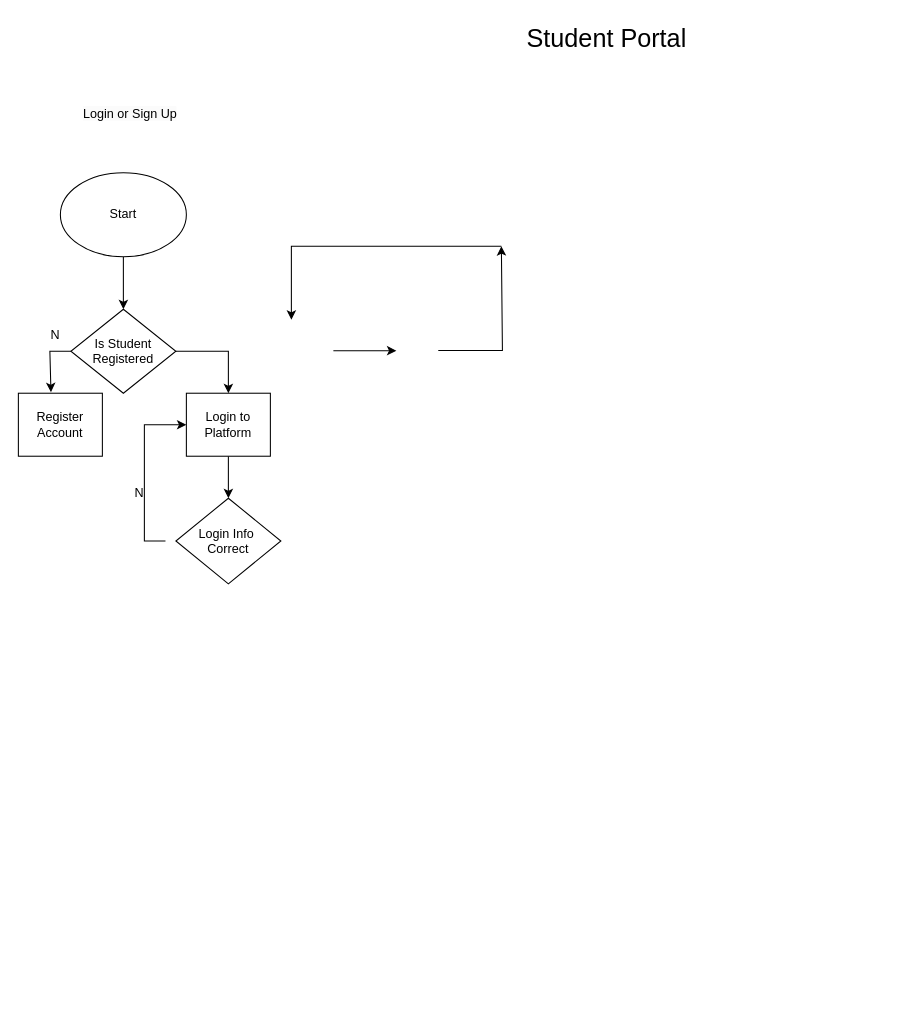
Earlier version of the draw.io diagram page "Page-1" (1 of 2) of StudentPortal.drawio (SifisoMzansi/architecture-diagrams). Source tidied: cells renumbered, new cells numbered last; positions are measured from the earlier drawing's top-left corner, leaving out a move shared by most shapes. Both pictures are drawn from the tidied source at 105%, with x=0, y=0 at pixel (18, 18).
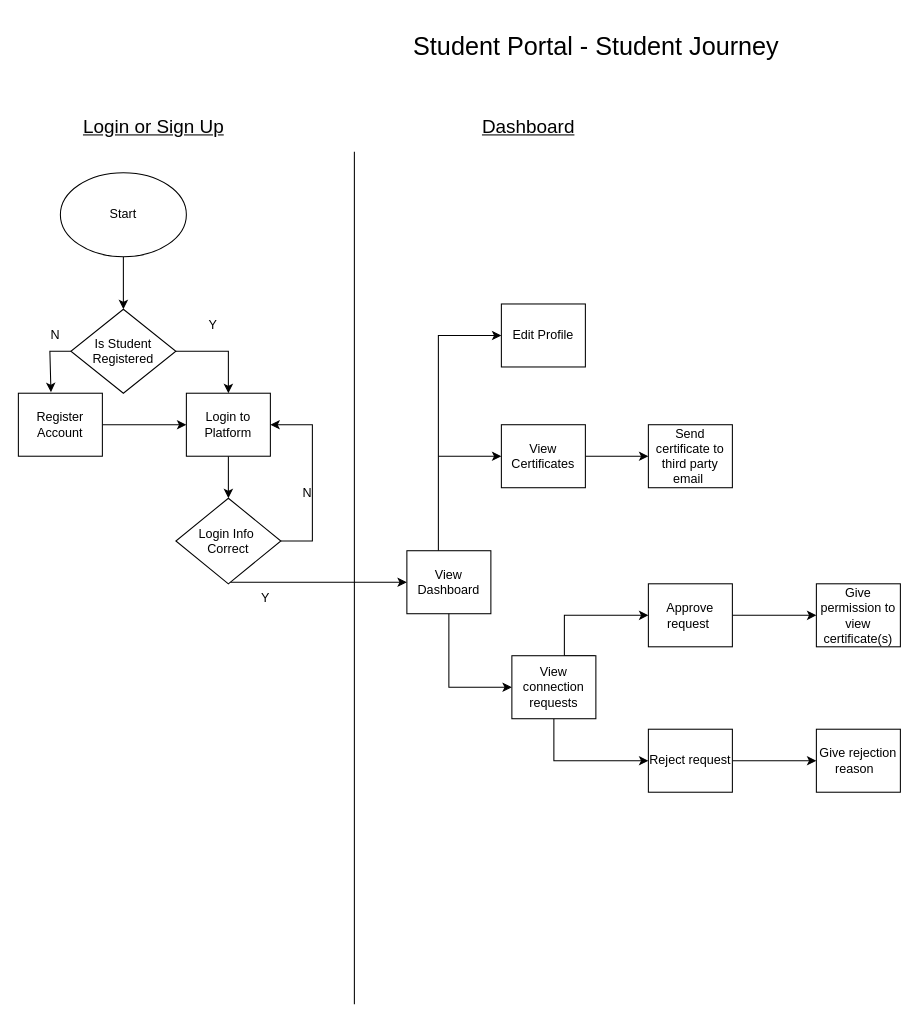
Above is the later version.

Unchanged cells that the change refers to:
```xml
<mxCell id="10" value="Login Info&amp;nbsp;&lt;div&gt;Correct&lt;/div&gt;" style="rhombus;whiteSpace=wrap;html=1;" parent="1" vertex="1">
  <mxGeometry x="150" y="457" width="100" height="81.5" as="geometry" />
</mxCell>
<mxCell id="12" value="Register Account" style="rounded=0;whiteSpace=wrap;html=1;" parent="1" vertex="1">
  <mxGeometry y="357" width="80" height="60" as="geometry" />
</mxCell>
<mxCell id="17" value="Login to Platform" style="rounded=0;whiteSpace=wrap;html=1;" parent="1" vertex="1">
  <mxGeometry x="160" y="357" width="80" height="60" as="geometry" />
</mxCell>
```

What changed in the source:
```diff
@@
-    <mxCell id="2" value="&lt;font style=&quot;font-size: 24px;&quot;&gt;Student Portal&lt;/font&gt;" style="text;html=1;align=center;verticalAlign=middle;strokeColor=none;fillColor=none;" parent="1" vertex="1">
-      <mxGeometry x="470" width="180" height="40" as="geometry" />
+    <mxCell id="2" value="&lt;font style=&quot;font-size: 24px;&quot;&gt;Student Portal - Student Journey&lt;/font&gt;" style="text;html=1;align=center;verticalAlign=middle;strokeColor=none;fillColor=none;" parent="1" vertex="1">
+      <mxGeometry x="365" y="7" width="370" height="40" as="geometry" />
     </mxCell>
@@
-    <mxCell id="8" style="edgeStyle=orthogonalEdgeStyle;rounded=0;orthogonalLoop=1;jettySize=auto;html=1;" parent="1" edge="1">
-      <mxGeometry relative="1" as="geometry">
-        <mxPoint x="399.9" y="316.3" as="sourcePoint" />
-        <mxPoint x="460" y="217" as="targetPoint" />
-        <Array as="points">
-          <mxPoint x="461" y="316" />
-        </Array>
-      </mxGeometry>
-    </mxCell>
-    <mxCell id="9" style="edgeStyle=orthogonalEdgeStyle;rounded=0;jettySize=auto;html=1;entryX=0;entryY=0.5;entryDx=0;entryDy=0;" parent="1" edge="1" target="17">
+    <mxCell id="9" style="edgeStyle=orthogonalEdgeStyle;rounded=0;jettySize=auto;html=1;entryX=1;entryY=0.5;entryDx=0;entryDy=0;exitX=1;exitY=0.5;exitDx=0;exitDy=0;" parent="1" edge="1" source="10" target="17">
       <mxGeometry relative="1" as="geometry">
-        <mxPoint x="140.1" y="497.8" as="sourcePoint" />
         <Array as="points">
-          <mxPoint x="120" y="498" />
-          <mxPoint x="120" y="387" />
+          <mxPoint x="280" y="498" />
+          <mxPoint x="280" y="387" />
         </Array>
       </mxGeometry>
     </mxCell>
+    <mxCell id="20" style="edgeStyle=orthogonalEdgeStyle;rounded=0;jettySize=auto;html=1;" parent="1" edge="1" source="10" target="27">
+      <mxGeometry relative="1" as="geometry">
+        <Array as="points">
+          <mxPoint x="350" y="537" />
+          <mxPoint x="350" y="537" />
+        </Array>
+      </mxGeometry>
+    </mxCell>
@@
+    <mxCell id="21" style="edgeStyle=orthogonalEdgeStyle;rounded=0;jettySize=auto;html=1;entryX=0;entryY=0.5;entryDx=0;entryDy=0;" parent="1" edge="1" source="12" target="17">
+      <mxGeometry relative="1" as="geometry" />
+    </mxCell>
@@
-    <mxCell id="13" style="edgeStyle=orthogonalEdgeStyle;rounded=0;orthogonalLoop=1;jettySize=auto;html=1;" parent="1" edge="1">
-      <mxGeometry relative="1" as="geometry">
-        <mxPoint x="300" y="316.5" as="sourcePoint" />
-        <mxPoint x="360" y="316.5" as="targetPoint" />
-      </mxGeometry>
-    </mxCell>
-    <mxCell id="14" style="edgeStyle=orthogonalEdgeStyle;rounded=0;orthogonalLoop=1;jettySize=auto;html=1;entryX=0.5;entryY=0;entryDx=0;entryDy=0;" parent="1" edge="1">
-      <mxGeometry relative="1" as="geometry">
-        <mxPoint x="460" y="217" as="sourcePoint" />
-        <mxPoint x="260" y="287" as="targetPoint" />
-        <Array as="points">
-          <mxPoint x="260" y="217" />
-        </Array>
-      </mxGeometry>
-    </mxCell>
-    <mxCell id="15" value="&lt;span style=&quot;color: rgb(0, 0, 0); font-family: Helvetica; font-size: 12px; font-style: normal; font-variant-ligatures: normal; font-variant-caps: normal; font-weight: 400; letter-spacing: normal; orphans: 2; text-align: center; text-indent: 0px; text-transform: none; widows: 2; word-spacing: 0px; -webkit-text-stroke-width: 0px; white-space: normal; background-color: rgb(251, 251, 251); text-decoration-thickness: initial; text-decoration-style: initial; text-decoration-color: initial; display: inline !important; float: none;&quot;&gt;Login or Sign Up&lt;/span&gt;" style="text;whiteSpace=wrap;html=1;" parent="1" vertex="1">
-      <mxGeometry x="60" y="77" width="330" height="40" as="geometry" />
+    <mxCell id="15" value="&lt;span style=&quot;color: rgb(0, 0, 0); font-family: Helvetica; font-style: normal; font-variant-ligatures: normal; font-variant-caps: normal; font-weight: 400; letter-spacing: normal; orphans: 2; text-align: center; text-indent: 0px; text-transform: none; widows: 2; word-spacing: 0px; -webkit-text-stroke-width: 0px; white-space: normal; background-color: rgb(251, 251, 251); text-decoration-thickness: initial; text-decoration-style: initial; text-decoration-color: initial; float: none; display: inline !important;&quot;&gt;&lt;font style=&quot;font-size: 18px;&quot;&gt;&lt;u&gt;Login or Sign Up&lt;/u&gt;&lt;/font&gt;&lt;/span&gt;" style="text;whiteSpace=wrap;html=1;" parent="1" vertex="1">
+      <mxGeometry x="60" y="87" width="330" height="40" as="geometry" />
     </mxCell>
@@
     <mxCell id="19" value="N" style="text;html=1;align=center;verticalAlign=middle;strokeColor=none;fillColor=none;" parent="1" vertex="1">
-      <mxGeometry x="100" y="437" width="30" height="30" as="geometry" />
+      <mxGeometry x="260" y="437" width="30" height="30" as="geometry" />
     </mxCell>
+    <mxCell id="22" value="Y" style="text;html=1;align=center;verticalAlign=middle;strokeColor=none;fillColor=none;" parent="1" vertex="1">
+      <mxGeometry x="170" y="277" width="30" height="30" as="geometry" />
+    </mxCell>
+    <mxCell id="23" style="endArrow=none;html=1;rounded=0;" parent="1" edge="1">
+      <mxGeometry relative="1" as="geometry">
+        <mxPoint x="320" y="939" as="sourcePoint" />
+        <mxPoint x="320" y="127" as="targetPoint" />
+      </mxGeometry>
+    </mxCell>
+    <mxCell id="24" value="&lt;div style=&quot;text-align: center;&quot;&gt;&lt;span style=&quot;background-color: initial;&quot;&gt;&lt;font style=&quot;font-size: 18px;&quot;&gt;&lt;u&gt;Dashboard&lt;/u&gt;&lt;/font&gt;&lt;/span&gt;&lt;/div&gt;" style="text;whiteSpace=wrap;html=1;" parent="1" vertex="1">
+      <mxGeometry x="440" y="87" width="330" height="40" as="geometry" />
+    </mxCell>
+    <mxCell id="25" style="edgeStyle=orthogonalEdgeStyle;rounded=0;jettySize=auto;html=1;entryX=0;entryY=0.5;entryDx=0;entryDy=0;" parent="1" edge="1" target="32">
+      <mxGeometry relative="1" as="geometry">
+        <mxPoint x="390" y="557" as="sourcePoint" />
+        <Array as="points">
+          <mxPoint x="390" y="558" />
+          <mxPoint x="410" y="558" />
+          <mxPoint x="410" y="637" />
+        </Array>
+      </mxGeometry>
+    </mxCell>
+    <mxCell id="26" style="edgeStyle=orthogonalEdgeStyle;rounded=0;jettySize=auto;html=1;entryX=0;entryY=0.5;entryDx=0;entryDy=0;" parent="1" edge="1" source="27" target="40">
+      <mxGeometry relative="1" as="geometry">
+        <Array as="points">
+          <mxPoint x="400" y="302" />
+        </Array>
+      </mxGeometry>
+    </mxCell>
+    <mxCell id="27" value="View Dashboard" style="rounded=0;whiteSpace=wrap;html=1;" parent="1" vertex="1">
+      <mxGeometry x="370" y="507" width="80" height="60" as="geometry" />
+    </mxCell>
+    <mxCell id="28" style="edgeStyle=orthogonalEdgeStyle;rounded=0;jettySize=auto;html=1;exitX=1;exitY=0.5;exitDx=0;exitDy=0;entryX=0;entryY=0.5;entryDx=0;entryDy=0;" parent="1" edge="1" source="29" target="39">
+      <mxGeometry relative="1" as="geometry" />
+    </mxCell>
+    <mxCell id="29" value="View Certificates" style="rounded=0;whiteSpace=wrap;html=1;" parent="1" vertex="1">
+      <mxGeometry x="460" y="387" width="80" height="60" as="geometry" />
+    </mxCell>
+    <mxCell id="30" style="edgeStyle=orthogonalEdgeStyle;rounded=0;jettySize=auto;html=1;entryX=0;entryY=0.5;entryDx=0;entryDy=0;" parent="1" edge="1" target="34">
+      <mxGeometry relative="1" as="geometry">
+        <mxPoint x="549" y="607" as="sourcePoint" />
+        <Array as="points">
+          <mxPoint x="520" y="607" />
+          <mxPoint x="520" y="569" />
+        </Array>
+      </mxGeometry>
+    </mxCell>
+    <mxCell id="31" style="edgeStyle=orthogonalEdgeStyle;rounded=0;jettySize=auto;html=1;entryX=0;entryY=0.5;entryDx=0;entryDy=0;" parent="1" edge="1" source="32" target="36">
+      <mxGeometry relative="1" as="geometry">
+        <Array as="points">
+          <mxPoint x="510" y="707" />
+        </Array>
+      </mxGeometry>
+    </mxCell>
+    <mxCell id="32" value="View connection requests" style="rounded=0;whiteSpace=wrap;html=1;" parent="1" vertex="1">
+      <mxGeometry x="470" y="607" width="80" height="60" as="geometry" />
+    </mxCell>
+    <mxCell id="33" style="edgeStyle=orthogonalEdgeStyle;rounded=0;jettySize=auto;html=1;" parent="1" edge="1" source="34" target="37">
+      <mxGeometry relative="1" as="geometry" />
+    </mxCell>
+    <mxCell id="34" value="Approve request&amp;nbsp;" style="rounded=0;whiteSpace=wrap;html=1;" parent="1" vertex="1">
+      <mxGeometry x="600" y="538.5" width="80" height="60" as="geometry" />
+    </mxCell>
+    <mxCell id="35" style="edgeStyle=orthogonalEdgeStyle;rounded=0;jettySize=auto;html=1;entryX=0;entryY=0.5;entryDx=0;entryDy=0;" parent="1" edge="1" source="36" target="38">
+      <mxGeometry relative="1" as="geometry" />
+    </mxCell>
+    <mxCell id="36" value="Reject request" style="rounded=0;whiteSpace=wrap;html=1;" parent="1" vertex="1">
+      <mxGeometry x="600" y="677" width="80" height="60" as="geometry" />
+    </mxCell>
+    <mxCell id="37" value="Give permission to view certificate(s)" style="rounded=0;whiteSpace=wrap;html=1;" parent="1" vertex="1">
+      <mxGeometry x="760" y="538.5" width="80" height="60" as="geometry" />
+    </mxCell>
+    <mxCell id="38" value="Give rejection reason&amp;nbsp;&amp;nbsp;" style="rounded=0;whiteSpace=wrap;html=1;" parent="1" vertex="1">
+      <mxGeometry x="760" y="677" width="80" height="60" as="geometry" />
+    </mxCell>
+    <mxCell id="39" value="Send certificate to third party email&amp;nbsp;" style="rounded=0;whiteSpace=wrap;html=1;" parent="1" vertex="1">
+      <mxGeometry x="600" y="387" width="80" height="60" as="geometry" />
+    </mxCell>
+    <mxCell id="40" value="Edit Profile" style="rounded=0;whiteSpace=wrap;html=1;" parent="1" vertex="1">
+      <mxGeometry x="460" y="272" width="80" height="60" as="geometry" />
+    </mxCell>
+    <mxCell id="41" style="endArrow=classic;html=1;rounded=0;entryX=0;entryY=0.5;entryDx=0;entryDy=0;" parent="1" edge="1" target="29">
+      <mxGeometry relative="1" as="geometry">
+        <mxPoint x="400" y="417" as="sourcePoint" />
+      </mxGeometry>
+    </mxCell>
+    <mxCell id="42" value="Y" style="text;html=1;align=center;verticalAlign=middle;strokeColor=none;fillColor=none;" parent="1" vertex="1">
+      <mxGeometry x="220" y="537" width="30" height="30" as="geometry" />
+    </mxCell>
```
